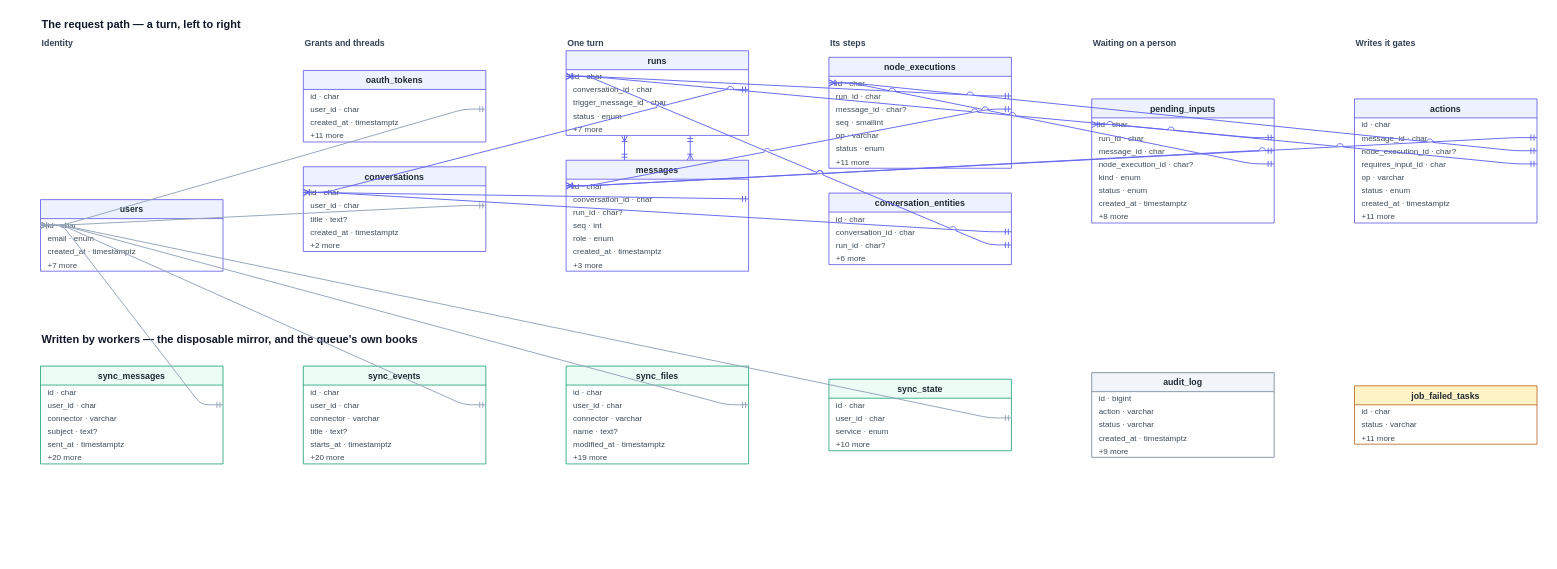
The draw.io diagram docs/diagrams/er.drawio in harryv2/ryuk-ai-assistant, before the edit. Source tidied: cells renumbered, new cells numbered last; positions are measured from the earlier drawing's top-left corner, leaving out a move shared by most shapes. Both pictures are drawn from the tidied source at 73%, with x=0, y=0 at pixel (40, 12).
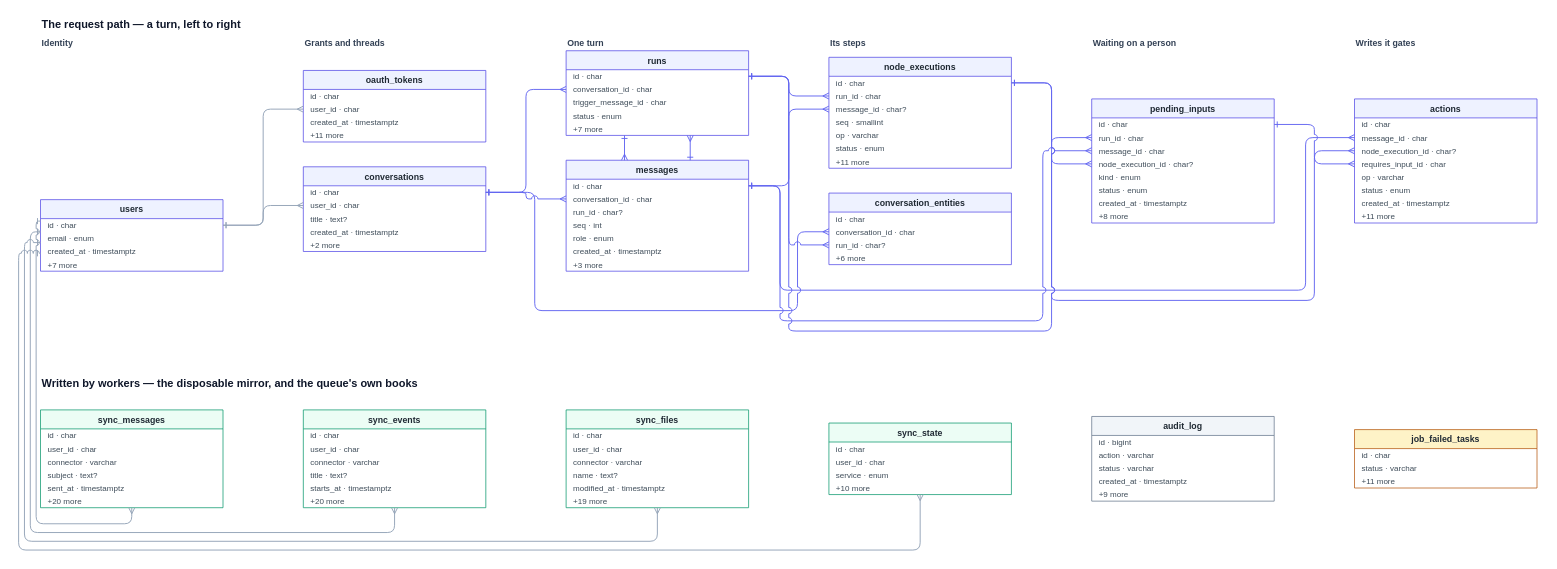
After the change.

Commit message (it also covers changes not shown here):
Route every ER edge through corridors the layout can prove are empty

Unchanged cells that the change refers to:
```xml
<mxCell id="4" value="users" style="shape=table;startSize=26;childLayout=tableLayout;rowLines=0;fontStyle=1;align=center;fillColor=#EEF2FF;strokeColor=#4F46E5;fontColor=#1F2933;" parent="1" vertex="1">
<mxCell id="5" style="shape=tableRow;horizontal=0;startSize=0;swimlaneHead=0;swimlaneBody=0;fillColor=none;points=[[0,0.5],[1,0.5]];portConstraint=eastwest;strokeColor=none;top=0;left=0;right=0;bottom=0;" parent="4" vertex="1">
<mxCell id="17" style="shape=tableRow;horizontal=0;startSize=0;swimlaneHead=0;swimlaneBody=0;fillColor=none;points=[[0,0.5],[1,0.5]];portConstraint=eastwest;strokeColor=none;top=0;left=0;right=0;bottom=0;" parent="14" vertex="1">
<mxCell id="24" style="shape=tableRow;horizontal=0;startSize=0;swimlaneHead=0;swimlaneBody=0;fillColor=none;points=[[0,0.5],[1,0.5]];portConstraint=eastwest;strokeColor=none;top=0;left=0;right=0;bottom=0;" parent="23" vertex="1">
<mxCell id="26" style="shape=tableRow;horizontal=0;startSize=0;swimlaneHead=0;swimlaneBody=0;fillColor=none;points=[[0,0.5],[1,0.5]];portConstraint=eastwest;strokeColor=none;top=0;left=0;right=0;bottom=0;" parent="23" vertex="1">
<mxCell id="35" value="runs" style="shape=table;startSize=26;childLayout=tableLayout;rowLines=0;fontStyle=1;align=center;fillColor=#EEF2FF;strokeColor=#4F46E5;fontColor=#1F2933;" parent="1" vertex="1">
<mxCell id="36" style="shape=tableRow;horizontal=0;startSize=0;swimlaneHead=0;swimlaneBody=0;fillColor=none;points=[[0,0.5],[1,0.5]];portConstraint=eastwest;strokeColor=none;top=0;left=0;right=0;bottom=0;" parent="35" vertex="1">
<mxCell id="38" style="shape=tableRow;horizontal=0;startSize=0;swimlaneHead=0;swimlaneBody=0;fillColor=none;points=[[0,0.5],[1,0.5]];portConstraint=eastwest;strokeColor=none;top=0;left=0;right=0;bottom=0;" parent="35" vertex="1">
<mxCell id="46" value="messages" style="shape=table;startSize=26;childLayout=tableLayout;rowLines=0;fontStyle=1;align=center;fillColor=#EEF2FF;strokeColor=#4F46E5;fontColor=#1F2933;" parent="1" vertex="1">
<mxCell id="47" style="shape=tableRow;horizontal=0;startSize=0;swimlaneHead=0;swimlaneBody=0;fillColor=none;points=[[0,0.5],[1,0.5]];portConstraint=eastwest;strokeColor=none;top=0;left=0;right=0;bottom=0;" parent="46" vertex="1">
<mxCell id="49" style="shape=tableRow;horizontal=0;startSize=0;swimlaneHead=0;swimlaneBody=0;fillColor=none;points=[[0,0.5],[1,0.5]];portConstraint=eastwest;strokeColor=none;top=0;left=0;right=0;bottom=0;" parent="46" vertex="1">
<mxCell id="63" style="shape=tableRow;horizontal=0;startSize=0;swimlaneHead=0;swimlaneBody=0;fillColor=none;points=[[0,0.5],[1,0.5]];portConstraint=eastwest;strokeColor=none;top=0;left=0;right=0;bottom=0;" parent="62" vertex="1">
<mxCell id="65" style="shape=tableRow;horizontal=0;startSize=0;swimlaneHead=0;swimlaneBody=0;fillColor=none;points=[[0,0.5],[1,0.5]];portConstraint=eastwest;strokeColor=none;top=0;left=0;right=0;bottom=0;" parent="62" vertex="1">
<mxCell id="67" style="shape=tableRow;horizontal=0;startSize=0;swimlaneHead=0;swimlaneBody=0;fillColor=none;points=[[0,0.5],[1,0.5]];portConstraint=eastwest;strokeColor=none;top=0;left=0;right=0;bottom=0;" parent="62" vertex="1">
<mxCell id="80" style="shape=tableRow;horizontal=0;startSize=0;swimlaneHead=0;swimlaneBody=0;fillColor=none;points=[[0,0.5],[1,0.5]];portConstraint=eastwest;strokeColor=none;top=0;left=0;right=0;bottom=0;" parent="77" vertex="1">
<mxCell id="82" style="shape=tableRow;horizontal=0;startSize=0;swimlaneHead=0;swimlaneBody=0;fillColor=none;points=[[0,0.5],[1,0.5]];portConstraint=eastwest;strokeColor=none;top=0;left=0;right=0;bottom=0;" parent="77" vertex="1">
<mxCell id="88" style="shape=tableRow;horizontal=0;startSize=0;swimlaneHead=0;swimlaneBody=0;fillColor=none;points=[[0,0.5],[1,0.5]];portConstraint=eastwest;strokeColor=none;top=0;left=0;right=0;bottom=0;" parent="87" vertex="1">
<mxCell id="90" style="shape=tableRow;horizontal=0;startSize=0;swimlaneHead=0;swimlaneBody=0;fillColor=none;points=[[0,0.5],[1,0.5]];portConstraint=eastwest;strokeColor=none;top=0;left=0;right=0;bottom=0;" parent="87" vertex="1">
<mxCell id="92" style="shape=tableRow;horizontal=0;startSize=0;swimlaneHead=0;swimlaneBody=0;fillColor=none;points=[[0,0.5],[1,0.5]];portConstraint=eastwest;strokeColor=none;top=0;left=0;right=0;bottom=0;" parent="87" vertex="1">
<mxCell id="94" style="shape=tableRow;horizontal=0;startSize=0;swimlaneHead=0;swimlaneBody=0;fillColor=none;points=[[0,0.5],[1,0.5]];portConstraint=eastwest;strokeColor=none;top=0;left=0;right=0;bottom=0;" parent="87" vertex="1">
<mxCell id="108" style="shape=tableRow;horizontal=0;startSize=0;swimlaneHead=0;swimlaneBody=0;fillColor=none;points=[[0,0.5],[1,0.5]];portConstraint=eastwest;strokeColor=none;top=0;left=0;right=0;bottom=0;" parent="105" vertex="1">
<mxCell id="110" style="shape=tableRow;horizontal=0;startSize=0;swimlaneHead=0;swimlaneBody=0;fillColor=none;points=[[0,0.5],[1,0.5]];portConstraint=eastwest;strokeColor=none;top=0;left=0;right=0;bottom=0;" parent="105" vertex="1">
<mxCell id="112" style="shape=tableRow;horizontal=0;startSize=0;swimlaneHead=0;swimlaneBody=0;fillColor=none;points=[[0,0.5],[1,0.5]];portConstraint=eastwest;strokeColor=none;top=0;left=0;right=0;bottom=0;" parent="105" vertex="1">
<mxCell id="126" style="shape=tableRow;horizontal=0;startSize=0;swimlaneHead=0;swimlaneBody=0;fillColor=none;points=[[0,0.5],[1,0.5]];portConstraint=eastwest;strokeColor=none;top=0;left=0;right=0;bottom=0;" parent="123" vertex="1">
<mxCell id="139" style="shape=tableRow;horizontal=0;startSize=0;swimlaneHead=0;swimlaneBody=0;fillColor=none;points=[[0,0.5],[1,0.5]];portConstraint=eastwest;strokeColor=none;top=0;left=0;right=0;bottom=0;" parent="136" vertex="1">
<mxCell id="152" style="shape=tableRow;horizontal=0;startSize=0;swimlaneHead=0;swimlaneBody=0;fillColor=none;points=[[0,0.5],[1,0.5]];portConstraint=eastwest;strokeColor=none;top=0;left=0;right=0;bottom=0;" parent="149" vertex="1">
<mxCell id="165" style="shape=tableRow;horizontal=0;startSize=0;swimlaneHead=0;swimlaneBody=0;fillColor=none;points=[[0,0.5],[1,0.5]];portConstraint=eastwest;strokeColor=none;top=0;left=0;right=0;bottom=0;" parent="162" vertex="1">
```

The edit, as a diff of the source:
```diff
@@
     <mxCell id="122" value="Written by workers — the disposable mirror, and the queue's own books" style="text;html=1;fontSize=15;fontStyle=1;fontColor=#0F172A;align=left;" parent="1" vertex="1">
-      <mxGeometry y="432" width="1200" height="24" as="geometry" />
+      <mxGeometry y="492" width="1200" height="24" as="geometry" />
     </mxCell>
     <mxCell id="123" value="sync_messages" style="shape=table;startSize=26;childLayout=tableLayout;rowLines=0;fontStyle=1;align=center;fillColor=#ECFDF5;strokeColor=#059669;fontColor=#1F2933;" parent="1" vertex="1">
-      <mxGeometry y="484" width="250" height="134" as="geometry" />
+      <mxGeometry y="544" width="250" height="134" as="geometry" />
     </mxCell>
@@
     <mxCell id="136" value="sync_events" style="shape=table;startSize=26;childLayout=tableLayout;rowLines=0;fontStyle=1;align=center;fillColor=#ECFDF5;strokeColor=#059669;fontColor=#1F2933;" parent="1" vertex="1">
-      <mxGeometry x="360" y="484" width="250" height="134" as="geometry" />
+      <mxGeometry x="360" y="544" width="250" height="134" as="geometry" />
     </mxCell>
@@
     <mxCell id="149" value="sync_files" style="shape=table;startSize=26;childLayout=tableLayout;rowLines=0;fontStyle=1;align=center;fillColor=#ECFDF5;strokeColor=#059669;fontColor=#1F2933;" parent="1" vertex="1">
-      <mxGeometry x="720" y="484" width="250" height="134" as="geometry" />
+      <mxGeometry x="720" y="544" width="250" height="134" as="geometry" />
     </mxCell>
@@
     <mxCell id="162" value="sync_state" style="shape=table;startSize=26;childLayout=tableLayout;rowLines=0;fontStyle=1;align=center;fillColor=#ECFDF5;strokeColor=#059669;fontColor=#1F2933;" parent="1" vertex="1">
-      <mxGeometry x="1080" y="502" width="250" height="98" as="geometry" />
+      <mxGeometry x="1080" y="562" width="250" height="98" as="geometry" />
     </mxCell>
@@
     <mxCell id="171" value="audit_log" style="shape=table;startSize=26;childLayout=tableLayout;rowLines=0;fontStyle=1;align=center;fillColor=#F1F5F9;strokeColor=#64748B;fontColor=#1F2933;" parent="1" vertex="1">
-      <mxGeometry x="1440" y="493" width="250" height="116" as="geometry" />
+      <mxGeometry x="1440" y="553" width="250" height="116" as="geometry" />
     </mxCell>
@@
     <mxCell id="182" value="job_failed_tasks" style="shape=table;startSize=26;childLayout=tableLayout;rowLines=0;fontStyle=1;align=center;fillColor=#FEF3C7;strokeColor=#B45309;fontColor=#1F2933;" parent="1" vertex="1">
-      <mxGeometry x="1800" y="511" width="250" height="80" as="geometry" />
+      <mxGeometry x="1800" y="571" width="250" height="80" as="geometry" />
     </mxCell>
@@
-    <mxCell id="189" style="edgeStyle=entityRelationEdgeStyle;rounded=1;html=1;endArrow=ERoneToMany;startArrow=ERmandOne;strokeColor=#6366F1;strokeWidth=1.3;exitX=1;exitY=0.5;exitDx=0;exitDy=0;entryX=0;entryY=0.5;entryDx=0;entryDy=0;jumpStyle=arc;jumpSize=8;" parent="1" edge="1" source="108" target="47">
-      <mxGeometry relative="1" as="geometry" />
+    <mxCell id="189" style="edgeStyle=orthogonalEdgeStyle;rounded=1;html=1;endArrow=ERone;startArrow=ERmany;strokeColor=#6366F1;strokeWidth=1.3;exitX=0;exitY=0.5;exitDx=0;exitDy=0;entryX=1;entryY=0.5;entryDx=0;entryDy=0;jumpStyle=arc;jumpSize=8;" parent="1" edge="1" source="108" target="47">
+      <mxGeometry relative="1" as="geometry">
+        <Array as="points">
+          <mxPoint x="1733" y="171" />
+          <mxPoint x="1733" y="380" />
+          <mxPoint x="1013" y="380" />
+          <mxPoint x="1013" y="237" />
+        </Array>
+      </mxGeometry>
     </mxCell>
-    <mxCell id="190" style="edgeStyle=entityRelationEdgeStyle;rounded=1;html=1;endArrow=ERoneToMany;startArrow=ERmandOne;strokeColor=#6366F1;strokeWidth=1.3;exitX=1;exitY=0.5;exitDx=0;exitDy=0;entryX=0;entryY=0.5;entryDx=0;entryDy=0;jumpStyle=arc;jumpSize=8;" parent="1" edge="1" source="110" target="63">
-      <mxGeometry relative="1" as="geometry" />
+    <mxCell id="190" style="edgeStyle=orthogonalEdgeStyle;rounded=1;html=1;endArrow=ERone;startArrow=ERmany;strokeColor=#6366F1;strokeWidth=1.3;exitX=0;exitY=0.5;exitDx=0;exitDy=0;entryX=1;entryY=0.5;entryDx=0;entryDy=0;jumpStyle=arc;jumpSize=8;" parent="1" edge="1" source="110" target="63">
+      <mxGeometry relative="1" as="geometry">
+        <Array as="points">
+          <mxPoint x="1745" y="189" />
+          <mxPoint x="1745" y="394" />
+          <mxPoint x="1385" y="394" />
+          <mxPoint x="1385" y="96" />
+        </Array>
+      </mxGeometry>
     </mxCell>
-    <mxCell id="191" style="edgeStyle=entityRelationEdgeStyle;rounded=1;html=1;endArrow=ERoneToMany;startArrow=ERmandOne;strokeColor=#6366F1;strokeWidth=1.3;exitX=1;exitY=0.5;exitDx=0;exitDy=0;entryX=0;entryY=0.5;entryDx=0;entryDy=0;jumpStyle=arc;jumpSize=8;" parent="1" edge="1" source="112" target="88">
+    <mxCell id="191" style="edgeStyle=orthogonalEdgeStyle;rounded=1;html=1;endArrow=ERone;startArrow=ERmany;strokeColor=#6366F1;strokeWidth=1.3;exitX=0;exitY=0.5;exitDx=0;exitDy=0;entryX=1;entryY=0.5;entryDx=0;entryDy=0;jumpStyle=arc;jumpSize=8;" parent="1" edge="1" source="112" target="88">
       <mxGeometry relative="1" as="geometry" />
     </mxCell>
-    <mxCell id="192" style="edgeStyle=entityRelationEdgeStyle;rounded=1;html=1;endArrow=ERoneToMany;startArrow=ERmandOne;strokeColor=#6366F1;strokeWidth=1.3;exitX=1;exitY=0.5;exitDx=0;exitDy=0;entryX=0;entryY=0.5;entryDx=0;entryDy=0;jumpStyle=arc;jumpSize=8;" parent="1" edge="1" source="80" target="24">
-      <mxGeometry relative="1" as="geometry" />
+    <mxCell id="192" style="edgeStyle=orthogonalEdgeStyle;rounded=1;html=1;endArrow=ERone;startArrow=ERmany;strokeColor=#6366F1;strokeWidth=1.3;exitX=0;exitY=0.5;exitDx=0;exitDy=0;entryX=1;entryY=0.5;entryDx=0;entryDy=0;jumpStyle=arc;jumpSize=8;" parent="1" edge="1" source="80" target="24">
+      <mxGeometry relative="1" as="geometry">
+        <Array as="points">
+          <mxPoint x="1037" y="300" />
+          <mxPoint x="1037" y="408" />
+          <mxPoint x="677" y="408" />
+          <mxPoint x="677" y="246" />
+        </Array>
+      </mxGeometry>
     </mxCell>
-    <mxCell id="193" style="edgeStyle=entityRelationEdgeStyle;rounded=1;html=1;endArrow=ERoneToMany;startArrow=ERmandOne;strokeColor=#6366F1;strokeWidth=1.3;exitX=1;exitY=0.5;exitDx=0;exitDy=0;entryX=0;entryY=0.5;entryDx=0;entryDy=0;jumpStyle=arc;jumpSize=8;" parent="1" edge="1" source="82" target="36">
+    <mxCell id="193" style="edgeStyle=orthogonalEdgeStyle;rounded=1;html=1;endArrow=ERone;startArrow=ERmany;strokeColor=#6366F1;strokeWidth=1.3;exitX=0;exitY=0.5;exitDx=0;exitDy=0;entryX=1;entryY=0.5;entryDx=0;entryDy=0;jumpStyle=arc;jumpSize=8;" parent="1" edge="1" source="82" target="36">
       <mxGeometry relative="1" as="geometry" />
     </mxCell>
-    <mxCell id="194" style="edgeStyle=entityRelationEdgeStyle;rounded=1;html=1;endArrow=ERoneToMany;startArrow=ERmandOne;strokeColor=#94A3B8;strokeWidth=1.3;exitX=1;exitY=0.5;exitDx=0;exitDy=0;entryX=0;entryY=0.5;entryDx=0;entryDy=0;jumpStyle=arc;jumpSize=8;" parent="1" edge="1" source="26" target="5">
+    <mxCell id="194" style="edgeStyle=orthogonalEdgeStyle;rounded=1;html=1;endArrow=ERone;startArrow=ERmany;strokeColor=#94A3B8;strokeWidth=1.3;exitX=0;exitY=0.5;exitDx=0;exitDy=0;entryX=1;entryY=0.5;entryDx=0;entryDy=0;jumpStyle=arc;jumpSize=8;" parent="1" edge="1" source="26" target="5">
       <mxGeometry relative="1" as="geometry" />
     </mxCell>
-    <mxCell id="195" style="edgeStyle=entityRelationEdgeStyle;rounded=1;html=1;endArrow=ERoneToMany;startArrow=ERmandOne;strokeColor=#6366F1;strokeWidth=1.3;exitX=1;exitY=0.5;exitDx=0;exitDy=0;entryX=0;entryY=0.5;entryDx=0;entryDy=0;jumpStyle=arc;jumpSize=8;" parent="1" edge="1" source="49" target="24">
+    <mxCell id="195" style="edgeStyle=orthogonalEdgeStyle;rounded=1;html=1;endArrow=ERone;startArrow=ERmany;strokeColor=#6366F1;strokeWidth=1.3;exitX=0;exitY=0.5;exitDx=0;exitDy=0;entryX=1;entryY=0.5;entryDx=0;entryDy=0;jumpStyle=arc;jumpSize=8;" parent="1" edge="1" source="49" target="24">
       <mxGeometry relative="1" as="geometry" />
     </mxCell>
-    <mxCell id="196" style="edgeStyle=orthogonalEdgeStyle;rounded=1;html=1;endArrow=ERoneToMany;startArrow=ERmandOne;strokeColor=#6366F1;strokeWidth=1.3;exitX=0.32;exitY=0;exitDx=0;exitDy=0;entryX=0.32;entryY=1;entryDx=0;entryDy=0;jumpStyle=arc;jumpSize=8;" parent="1" edge="1" source="46" target="35">
+    <mxCell id="196" style="edgeStyle=orthogonalEdgeStyle;rounded=1;html=1;endArrow=ERone;startArrow=ERmany;strokeColor=#6366F1;strokeWidth=1.3;exitX=0.32;exitY=0;exitDx=0;exitDy=0;entryX=0.32;entryY=1;entryDx=0;entryDy=0;jumpStyle=arc;jumpSize=8;" parent="1" edge="1" source="46" target="35">
       <mxGeometry relative="1" as="geometry" />
     </mxCell>
-    <mxCell id="197" style="edgeStyle=entityRelationEdgeStyle;rounded=1;html=1;endArrow=ERoneToMany;startArrow=ERmandOne;strokeColor=#6366F1;strokeWidth=1.3;exitX=1;exitY=0.5;exitDx=0;exitDy=0;entryX=0;entryY=0.5;entryDx=0;entryDy=0;jumpStyle=arc;jumpSize=8;" parent="1" edge="1" source="67" target="47">
+    <mxCell id="197" style="edgeStyle=orthogonalEdgeStyle;rounded=1;html=1;endArrow=ERone;startArrow=ERmany;strokeColor=#6366F1;strokeWidth=1.3;exitX=0;exitY=0.5;exitDx=0;exitDy=0;entryX=1;entryY=0.5;entryDx=0;entryDy=0;jumpStyle=arc;jumpSize=8;" parent="1" edge="1" source="67" target="47">
       <mxGeometry relative="1" as="geometry" />
     </mxCell>
-    <mxCell id="198" style="edgeStyle=entityRelationEdgeStyle;rounded=1;html=1;endArrow=ERoneToMany;startArrow=ERmandOne;strokeColor=#6366F1;strokeWidth=1.3;exitX=1;exitY=0.5;exitDx=0;exitDy=0;entryX=0;entryY=0.5;entryDx=0;entryDy=0;jumpStyle=arc;jumpSize=8;" parent="1" edge="1" source="65" target="36">
+    <mxCell id="198" style="edgeStyle=orthogonalEdgeStyle;rounded=1;html=1;endArrow=ERone;startArrow=ERmany;strokeColor=#6366F1;strokeWidth=1.3;exitX=0;exitY=0.5;exitDx=0;exitDy=0;entryX=1;entryY=0.5;entryDx=0;entryDy=0;jumpStyle=arc;jumpSize=8;" parent="1" edge="1" source="65" target="36">
       <mxGeometry relative="1" as="geometry" />
     </mxCell>
-    <mxCell id="199" style="edgeStyle=entityRelationEdgeStyle;rounded=1;html=1;endArrow=ERoneToMany;startArrow=ERmandOne;strokeColor=#94A3B8;strokeWidth=1.3;exitX=1;exitY=0.5;exitDx=0;exitDy=0;entryX=0;entryY=0.5;entryDx=0;entryDy=0;jumpStyle=arc;jumpSize=8;" parent="1" edge="1" source="17" target="5">
+    <mxCell id="199" style="edgeStyle=orthogonalEdgeStyle;rounded=1;html=1;endArrow=ERone;startArrow=ERmany;strokeColor=#94A3B8;strokeWidth=1.3;exitX=0;exitY=0.5;exitDx=0;exitDy=0;entryX=1;entryY=0.5;entryDx=0;entryDy=0;jumpStyle=arc;jumpSize=8;" parent="1" edge="1" source="17" target="5">
       <mxGeometry relative="1" as="geometry" />
     </mxCell>
-    <mxCell id="200" style="edgeStyle=entityRelationEdgeStyle;rounded=1;html=1;endArrow=ERoneToMany;startArrow=ERmandOne;strokeColor=#6366F1;strokeWidth=1.3;exitX=1;exitY=0.5;exitDx=0;exitDy=0;entryX=0;entryY=0.5;entryDx=0;entryDy=0;jumpStyle=arc;jumpSize=8;" parent="1" edge="1" source="92" target="47">
-      <mxGeometry relative="1" as="geometry" />
+    <mxCell id="200" style="edgeStyle=orthogonalEdgeStyle;rounded=1;html=1;endArrow=ERone;startArrow=ERmany;strokeColor=#6366F1;strokeWidth=1.3;exitX=0;exitY=0.5;exitDx=0;exitDy=0;entryX=1;entryY=0.5;entryDx=0;entryDy=0;jumpStyle=arc;jumpSize=8;" parent="1" edge="1" source="92" target="47">
+      <mxGeometry relative="1" as="geometry">
+        <Array as="points">
+          <mxPoint x="1373" y="189" />
+          <mxPoint x="1373" y="422" />
+          <mxPoint x="1013" y="422" />
+          <mxPoint x="1013" y="237" />
+        </Array>
+      </mxGeometry>
     </mxCell>
-    <mxCell id="201" style="edgeStyle=entityRelationEdgeStyle;rounded=1;html=1;endArrow=ERoneToMany;startArrow=ERmandOne;strokeColor=#6366F1;strokeWidth=1.3;exitX=1;exitY=0.5;exitDx=0;exitDy=0;entryX=0;entryY=0.5;entryDx=0;entryDy=0;jumpStyle=arc;jumpSize=8;" parent="1" edge="1" source="94" target="63">
+    <mxCell id="201" style="edgeStyle=orthogonalEdgeStyle;rounded=1;html=1;endArrow=ERone;startArrow=ERmany;strokeColor=#6366F1;strokeWidth=1.3;exitX=0;exitY=0.5;exitDx=0;exitDy=0;entryX=1;entryY=0.5;entryDx=0;entryDy=0;jumpStyle=arc;jumpSize=8;" parent="1" edge="1" source="94" target="63">
       <mxGeometry relative="1" as="geometry" />
     </mxCell>
-    <mxCell id="202" style="edgeStyle=entityRelationEdgeStyle;rounded=1;html=1;endArrow=ERoneToMany;startArrow=ERmandOne;strokeColor=#6366F1;strokeWidth=1.3;exitX=1;exitY=0.5;exitDx=0;exitDy=0;entryX=0;entryY=0.5;entryDx=0;entryDy=0;jumpStyle=arc;jumpSize=8;" parent="1" edge="1" source="90" target="36">
-      <mxGeometry relative="1" as="geometry" />
+    <mxCell id="202" style="edgeStyle=orthogonalEdgeStyle;rounded=1;html=1;endArrow=ERone;startArrow=ERmany;strokeColor=#6366F1;strokeWidth=1.3;exitX=0;exitY=0.5;exitDx=0;exitDy=0;entryX=1;entryY=0.5;entryDx=0;entryDy=0;jumpStyle=arc;jumpSize=8;" parent="1" edge="1" source="90" target="36">
+      <mxGeometry relative="1" as="geometry">
+        <Array as="points">
+          <mxPoint x="1385" y="171" />
+          <mxPoint x="1385" y="436" />
+          <mxPoint x="1025" y="436" />
+          <mxPoint x="1025" y="87" />
+        </Array>
+      </mxGeometry>
     </mxCell>
-    <mxCell id="203" style="edgeStyle=entityRelationEdgeStyle;rounded=1;html=1;endArrow=ERoneToMany;startArrow=ERmandOne;strokeColor=#6366F1;strokeWidth=1.3;exitX=1;exitY=0.5;exitDx=0;exitDy=0;entryX=0;entryY=0.5;entryDx=0;entryDy=0;jumpStyle=arc;jumpSize=8;" parent="1" edge="1" source="38" target="24">
+    <mxCell id="203" style="edgeStyle=orthogonalEdgeStyle;rounded=1;html=1;endArrow=ERone;startArrow=ERmany;strokeColor=#6366F1;strokeWidth=1.3;exitX=0;exitY=0.5;exitDx=0;exitDy=0;entryX=1;entryY=0.5;entryDx=0;entryDy=0;jumpStyle=arc;jumpSize=8;" parent="1" edge="1" source="38" target="24">
       <mxGeometry relative="1" as="geometry" />
     </mxCell>
-    <mxCell id="204" style="edgeStyle=orthogonalEdgeStyle;rounded=1;html=1;endArrow=ERoneToMany;startArrow=ERmandOne;strokeColor=#6366F1;strokeWidth=1.3;exitX=0.68;exitY=1;exitDx=0;exitDy=0;entryX=0.68;entryY=0;entryDx=0;entryDy=0;jumpStyle=arc;jumpSize=8;" parent="1" edge="1" source="35" target="46">
+    <mxCell id="204" style="edgeStyle=orthogonalEdgeStyle;rounded=1;html=1;endArrow=ERone;startArrow=ERmany;strokeColor=#6366F1;strokeWidth=1.3;exitX=0.68;exitY=1;exitDx=0;exitDy=0;entryX=0.68;entryY=0;entryDx=0;entryDy=0;jumpStyle=arc;jumpSize=8;" parent="1" edge="1" source="35" target="46">
       <mxGeometry relative="1" as="geometry" />
     </mxCell>
-    <mxCell id="205" style="edgeStyle=entityRelationEdgeStyle;rounded=1;html=1;endArrow=ERoneToMany;startArrow=ERmandOne;strokeColor=#94A3B8;strokeWidth=1.3;exitX=1;exitY=0.5;exitDx=0;exitDy=0;entryX=0;entryY=0.5;entryDx=0;entryDy=0;jumpStyle=arc;jumpSize=8;" parent="1" edge="1" source="139" target="5">
-      <mxGeometry relative="1" as="geometry" />
+    <mxCell id="205" style="edgeStyle=orthogonalEdgeStyle;rounded=1;html=1;endArrow=ERone;startArrow=ERmany;strokeColor=#94A3B8;strokeWidth=1.3;exitX=0.5;exitY=1;exitDx=0;exitDy=0;entryX=0;entryY=0.45;entryDx=0;entryDy=0;jumpStyle=arc;jumpSize=8;" parent="1" edge="1" source="136" target="4">
+      <mxGeometry relative="1" as="geometry">
+        <Array as="points">
+          <mxPoint x="485" y="712" />
+          <mxPoint x="-14" y="712" />
+          <mxPoint x="-14" y="300" />
+        </Array>
+      </mxGeometry>
     </mxCell>
-    <mxCell id="206" style="edgeStyle=entityRelationEdgeStyle;rounded=1;html=1;endArrow=ERoneToMany;startArrow=ERmandOne;strokeColor=#94A3B8;strokeWidth=1.3;exitX=1;exitY=0.5;exitDx=0;exitDy=0;entryX=0;entryY=0.5;entryDx=0;entryDy=0;jumpStyle=arc;jumpSize=8;" parent="1" edge="1" source="152" target="5">
-      <mxGeometry relative="1" as="geometry" />
+    <mxCell id="206" style="edgeStyle=orthogonalEdgeStyle;rounded=1;html=1;endArrow=ERone;startArrow=ERmany;strokeColor=#94A3B8;strokeWidth=1.3;exitX=0.5;exitY=1;exitDx=0;exitDy=0;entryX=0;entryY=0.60;entryDx=0;entryDy=0;jumpStyle=arc;jumpSize=8;" parent="1" edge="1" source="149" target="4">
+      <mxGeometry relative="1" as="geometry">
+        <Array as="points">
+          <mxPoint x="845" y="724" />
+          <mxPoint x="-22" y="724" />
+          <mxPoint x="-22" y="314" />
+        </Array>
+      </mxGeometry>
     </mxCell>
-    <mxCell id="207" style="edgeStyle=entityRelationEdgeStyle;rounded=1;html=1;endArrow=ERoneToMany;startArrow=ERmandOne;strokeColor=#94A3B8;strokeWidth=1.3;exitX=1;exitY=0.5;exitDx=0;exitDy=0;entryX=0;entryY=0.5;entryDx=0;entryDy=0;jumpStyle=arc;jumpSize=8;" parent="1" edge="1" source="126" target="5">
-      <mxGeometry relative="1" as="geometry" />
+    <mxCell id="207" style="edgeStyle=orthogonalEdgeStyle;rounded=1;html=1;endArrow=ERone;startArrow=ERmany;strokeColor=#94A3B8;strokeWidth=1.3;exitX=0.5;exitY=1;exitDx=0;exitDy=0;entryX=0;entryY=0.30;entryDx=0;entryDy=0;jumpStyle=arc;jumpSize=8;" parent="1" edge="1" source="123" target="4">
+      <mxGeometry relative="1" as="geometry">
+        <Array as="points">
+          <mxPoint x="125" y="700" />
+          <mxPoint x="-6" y="700" />
+          <mxPoint x="-6" y="285" />
+        </Array>
+      </mxGeometry>
     </mxCell>
-    <mxCell id="208" style="edgeStyle=entityRelationEdgeStyle;rounded=1;html=1;endArrow=ERoneToMany;startArrow=ERmandOne;strokeColor=#94A3B8;strokeWidth=1.3;exitX=1;exitY=0.5;exitDx=0;exitDy=0;entryX=0;entryY=0.5;entryDx=0;entryDy=0;jumpStyle=arc;jumpSize=8;" parent="1" edge="1" source="165" target="5">
-      <mxGeometry relative="1" as="geometry" />
+    <mxCell id="208" style="edgeStyle=orthogonalEdgeStyle;rounded=1;html=1;endArrow=ERone;startArrow=ERmany;strokeColor=#94A3B8;strokeWidth=1.3;exitX=0.5;exitY=1;exitDx=0;exitDy=0;entryX=0;entryY=0.75;entryDx=0;entryDy=0;jumpStyle=arc;jumpSize=8;" parent="1" edge="1" source="162" target="4">
+      <mxGeometry relative="1" as="geometry">
+        <Array as="points">
+          <mxPoint x="1205" y="736" />
+          <mxPoint x="-30" y="736" />
+          <mxPoint x="-30" y="329" />
+        </Array>
+      </mxGeometry>
     </mxCell>
```
